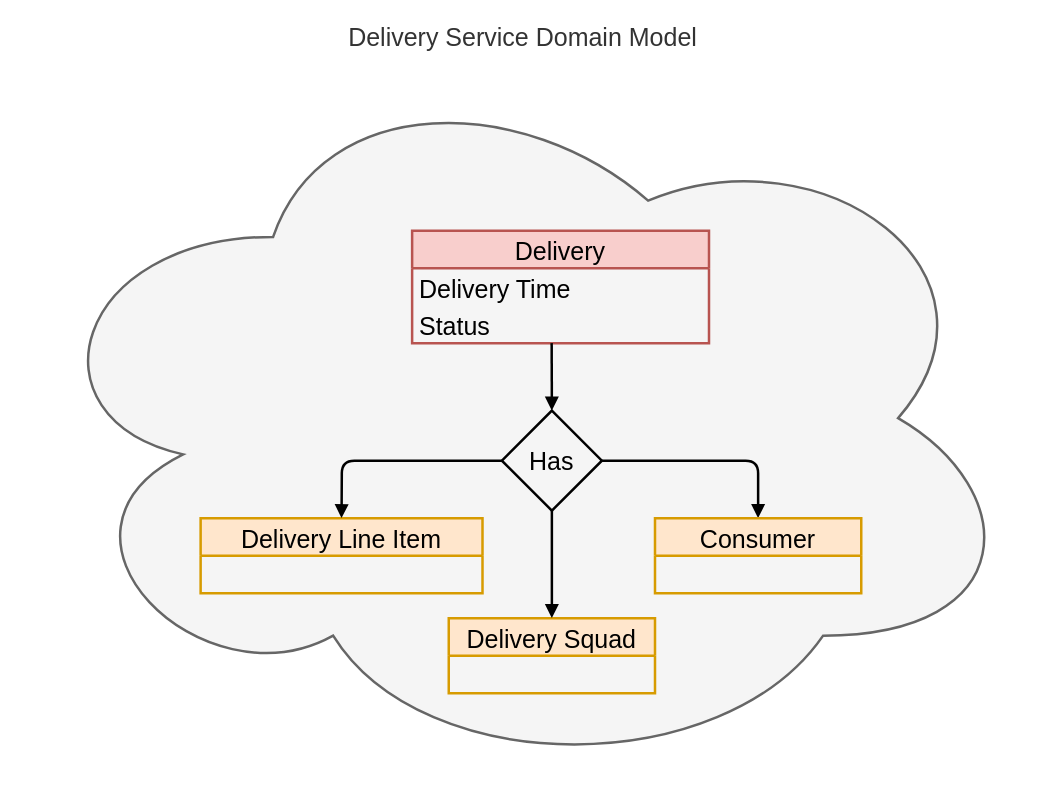
Earlier version of the draw.io diagram docs/diagram/delivery_service_domain_model.drawio (dudhwalas/dudhwala). Source tidied: cells renumbered, new cells numbered last; positions are measured from the earlier drawing's top-left corner, leaving out a move shared by most shapes. Both pictures are drawn from the tidied source at 125%, with x=0, y=0 at pixel (22, 55).
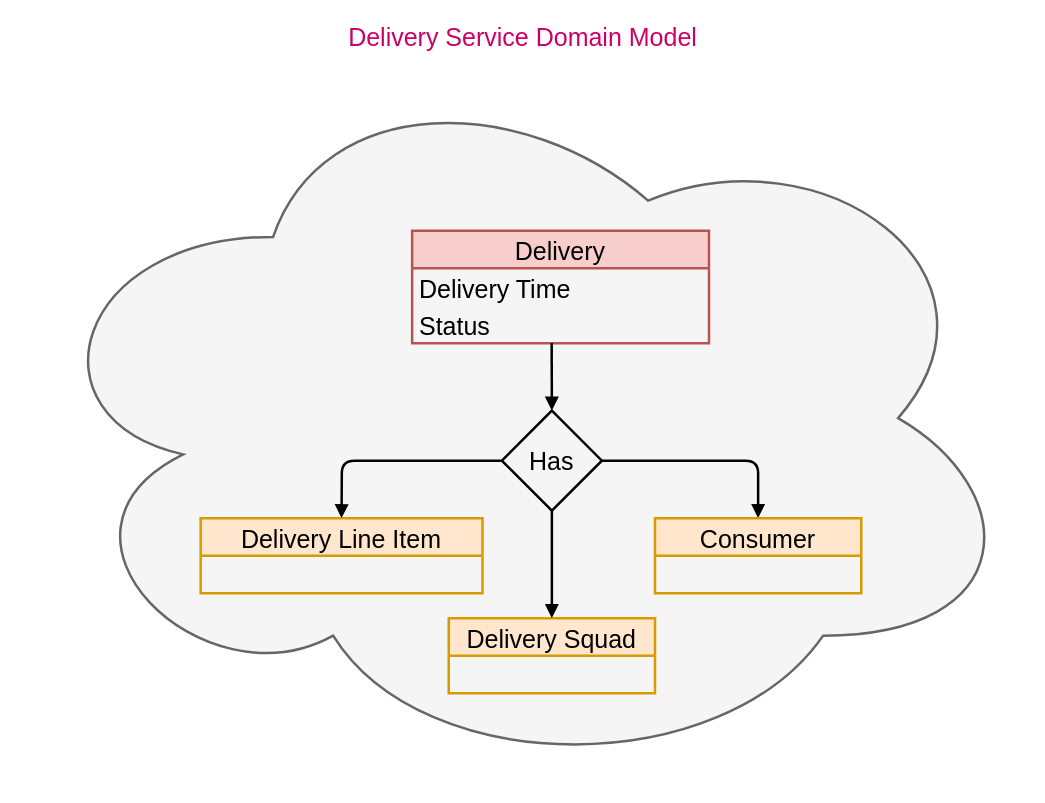
The same diagram, later.

Diff of the diagram source:
```diff
@@
 <mxGraphModel>
   <root>
     <mxCell id="0" />
     <mxCell id="1" parent="0" />
-    <mxCell id="2" value="Delivery Service Domain Model" style="ellipse;shape=cloud;whiteSpace=wrap;html=1;fillColor=#f5f5f5;fontColor=#333333;strokeColor=#666666;strokeWidth=2;labelPosition=center;verticalLabelPosition=top;align=center;verticalAlign=bottom;fontSize=20;" parent="1" vertex="1">
+    <mxCell id="2" value="Delivery Service Domain Model" style="ellipse;shape=cloud;whiteSpace=wrap;html=1;fillColor=#f5f5f5;fontColor=#CC0066;strokeColor=#666666;strokeWidth=2;labelPosition=center;verticalLabelPosition=top;align=center;verticalAlign=bottom;fontSize=20;" parent="1" vertex="1">
       <mxGeometry width="800" height="580" as="geometry" />
     </mxCell>
     <mxCell id="3" value="Delivery" style="swimlane;fontStyle=0;horizontal=1;startSize=30;fillColor=#f8cecc;strokeColor=#b85450;fontSize=20;strokeWidth=2;" parent="1" vertex="1">
       <mxGeometry x="311.2" y="140" width="237.5" height="90" as="geometry" />
     </mxCell>
     <mxCell id="4" value="Delivery Time" style="text;strokeColor=none;fillColor=none;align=left;verticalAlign=middle;spacingLeft=4;spacingRight=4;overflow=hidden;fontSize=20;strokeWidth=2;" parent="3" vertex="1">
       <mxGeometry y="30" width="237.5" height="30" as="geometry" />
     </mxCell>
     <mxCell id="5" value="Status" style="text;strokeColor=none;fillColor=none;align=left;verticalAlign=middle;spacingLeft=4;spacingRight=4;overflow=hidden;points=[[0,0.5],[1,0.5]];portConstraint=eastwest;fontSize=20;strokeWidth=2;" parent="3" vertex="1">
       <mxGeometry y="60" width="237.5" height="30" as="geometry" />
     </mxCell>
     <mxCell id="6" value="Delivery Line Item" style="swimlane;fontStyle=0;horizontal=1;startSize=30;fillColor=#ffe6cc;strokeColor=#d79b00;fontSize=20;strokeWidth=2;" parent="1" vertex="1">
       <mxGeometry x="142" y="370" width="225.5" height="60" as="geometry" />
     </mxCell>
     <mxCell id="7" style="edgeStyle=none;html=1;exitX=1;exitY=0.5;exitDx=0;exitDy=0;entryX=0.5;entryY=0;entryDx=0;entryDy=0;endArrow=block;endFill=1;strokeWidth=2;" parent="1" edge="1" source="8" target="11">
       <mxGeometry relative="1" as="geometry">
         <Array as="points">
           <mxPoint x="588" y="324" />
         </Array>
       </mxGeometry>
     </mxCell>
     <mxCell id="8" value="Has" style="rhombus;whiteSpace=wrap;html=1;fontSize=20;fillColor=none;strokeWidth=2;" parent="1" vertex="1">
       <mxGeometry x="383" y="284" width="80" height="80" as="geometry" />
     </mxCell>
     <mxCell id="9" style="edgeStyle=none;html=1;exitX=0.47;exitY=1;exitDx=0;exitDy=0;entryX=0.5;entryY=0;entryDx=0;entryDy=0;fontSize=20;exitPerimeter=0;endArrow=block;endFill=1;strokeWidth=2;" parent="1" edge="1" source="5" target="8">
       <mxGeometry relative="1" as="geometry" />
     </mxCell>
     <mxCell id="10" style="edgeStyle=none;html=1;entryX=0.5;entryY=0;entryDx=0;entryDy=0;fontSize=20;endArrow=block;endFill=1;strokeWidth=2;exitX=0;exitY=0.5;exitDx=0;exitDy=0;" parent="1" edge="1" source="8" target="6">
       <mxGeometry relative="1" as="geometry">
         <Array as="points">
           <mxPoint x="255" y="324" />
         </Array>
       </mxGeometry>
     </mxCell>
     <mxCell id="11" value="Consumer" style="swimlane;fontStyle=0;horizontal=1;startSize=30;fillColor=#ffe6cc;strokeColor=#d79b00;fontSize=20;strokeWidth=2;" parent="1" vertex="1">
       <mxGeometry x="505.5" y="370" width="165" height="60" as="geometry" />
     </mxCell>
     <mxCell id="12" value="Delivery Squad" style="swimlane;fontStyle=0;horizontal=1;startSize=30;fillColor=#ffe6cc;strokeColor=#d79b00;fontSize=20;strokeWidth=2;" parent="1" vertex="1">
       <mxGeometry x="340.5" y="450" width="165" height="60" as="geometry" />
     </mxCell>
     <mxCell id="13" style="edgeStyle=none;html=1;exitX=0.5;exitY=1;exitDx=0;exitDy=0;entryX=0.5;entryY=0;entryDx=0;entryDy=0;endArrow=block;endFill=1;strokeWidth=2;" parent="1" edge="1" source="8" target="12">
       <mxGeometry relative="1" as="geometry" />
     </mxCell>
   </root>
 </mxGraphModel>
```
